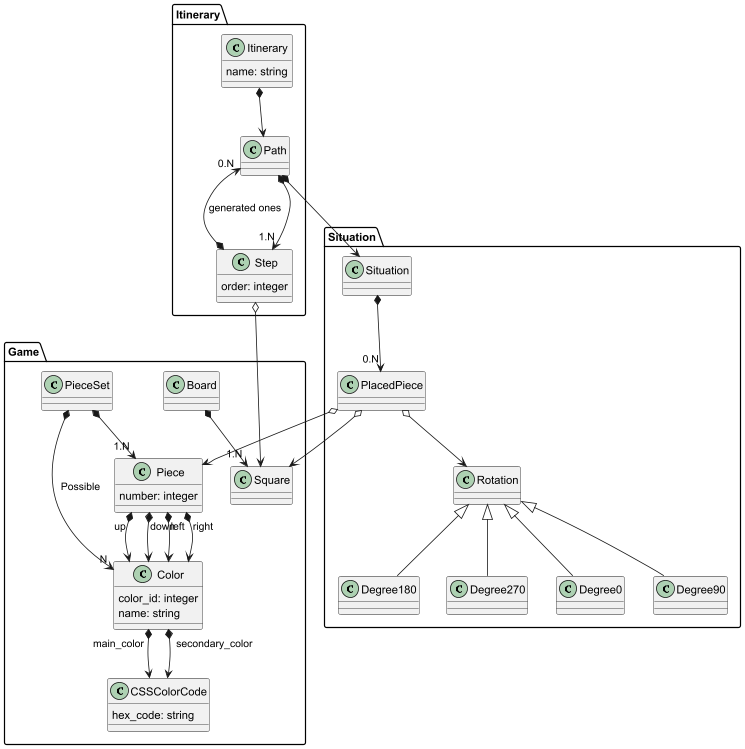
This is doc/DomainModelDiagram/DomainModelDiagram.png from IgnacioMaestro/Eternity2, a PlantUML export, as it was before one commit.
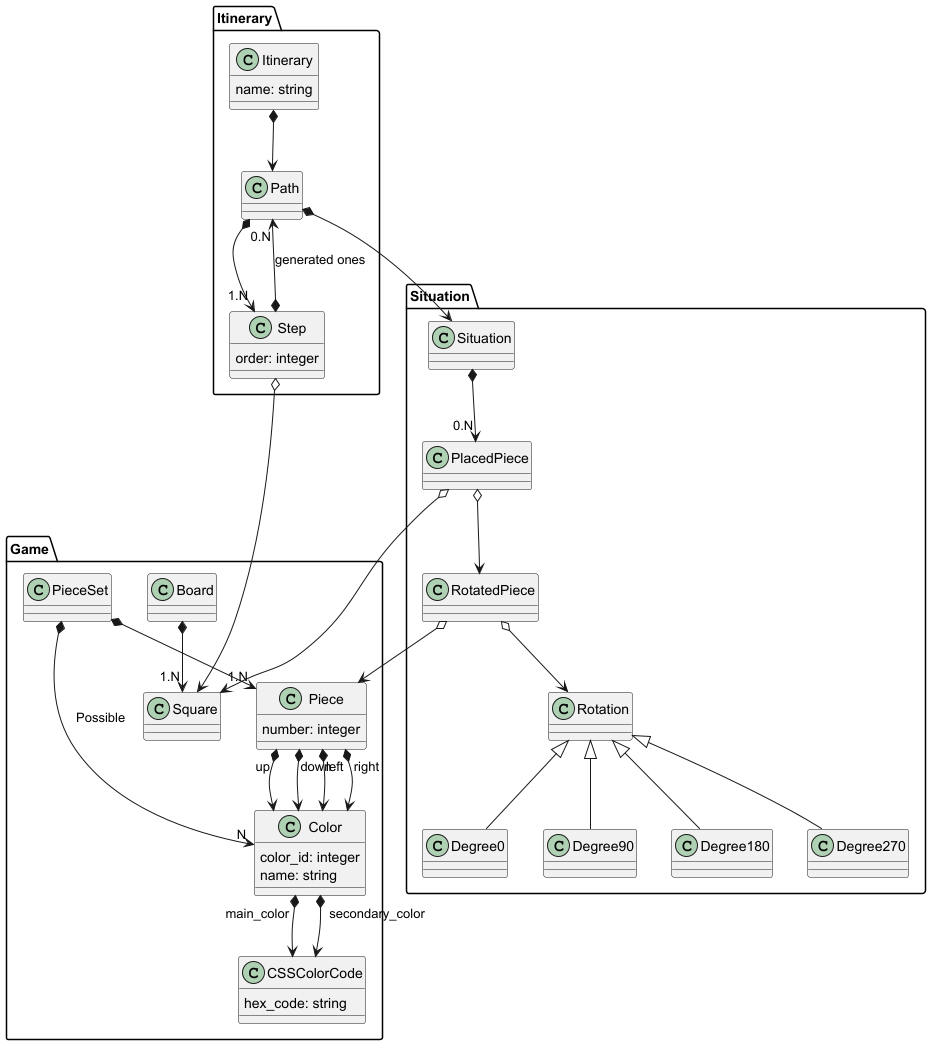
The same diagram one commit later.

Commit message:
feat: create rotated piece

What changed in the source:
```diff
@@ -28,8 +28,11 @@
     class Situation
     class PlacedPiece
     class Rotation
+    class RotatedPiece
 
-    PlacedPiece o--> Rotation
+    RotatedPiece o--> Rotation
+    RotatedPiece o--> Piece
+    PlacedPiece o--> RotatedPiece
     Situation *--> "0.N" PlacedPiece
     Rotation <|-- Degree0
     Rotation <|-- Degree90
@@ -51,6 +54,5 @@
 }
 Path *--> Situation.Situation
 PlacedPiece o--> Square
-PlacedPiece o--> Piece
 Step o--> Square
 @enduml
```
